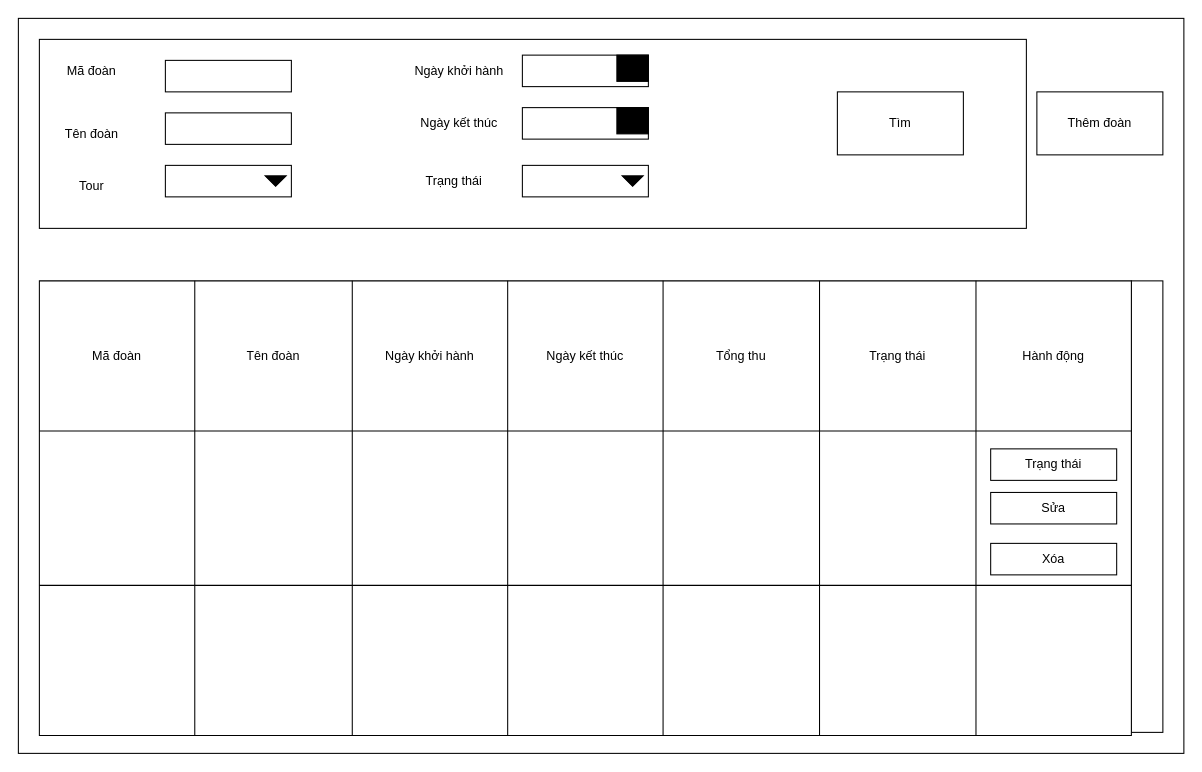
Above: document/TouristGroupFrameProtortype.drawio in baotran0212/tourism-application (draw.io), before the change. Source tidied: cells renumbered, new cells numbered last; positions are measured from the earlier drawing's top-left corner, leaving out a move shared by most shapes. Both pictures are drawn from the tidied source at 105%, with x=0, y=0 at pixel (18, 18).
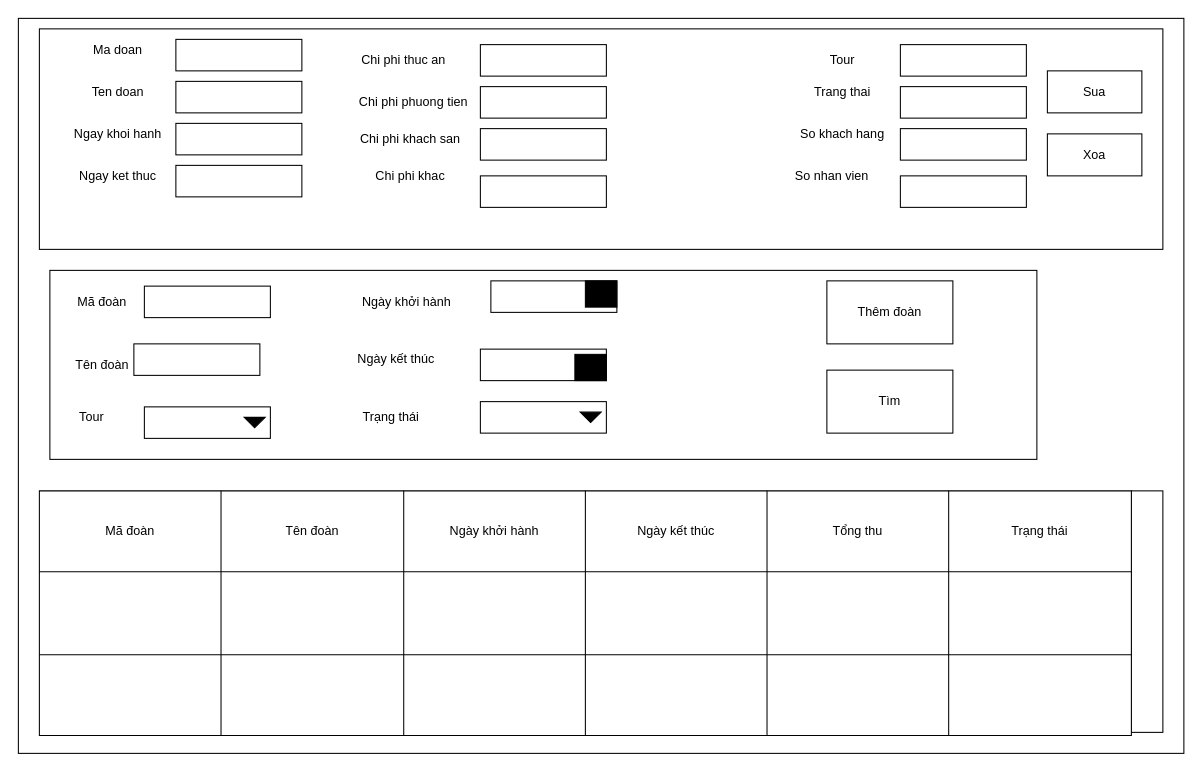
After the change.

The edit, as a diff of the source:
```diff
@@
     <mxCell id="3" style="rounded=0;whiteSpace=wrap;html=1;" parent="1" vertex="1">
-      <mxGeometry x="1060" y="250" width="30" height="430" as="geometry" />
+      <mxGeometry x="1060" y="450" width="30" height="230" as="geometry" />
     </mxCell>
     <mxCell id="4" style="shape=table;html=1;whiteSpace=wrap;startSize=0;childLayout=tableLayout;" parent="1" vertex="1">
-      <mxGeometry x="20" y="250" width="1040" height="433" as="geometry" />
+      <mxGeometry x="20" y="450" width="1040" height="233" as="geometry" />
     </mxCell>
     <mxCell id="5" style="shape=partialRectangle;html=1;whiteSpace=wrap;fillColor=none;top=0;left=0;bottom=0;right=0;" parent="4" vertex="1">
-      <mxGeometry width="1040" height="143" as="geometry" />
+      <mxGeometry width="1040" height="77" as="geometry" />
     </mxCell>
     <mxCell id="6" value="Mã đoàn" style="shape=partialRectangle;html=1;whiteSpace=wrap;fillColor=none;top=0;left=0;bottom=0;right=0;overflow=hidden;" parent="5" vertex="1">
-      <mxGeometry width="148" height="143" as="geometry" />
+      <mxGeometry width="173" height="77" as="geometry" />
     </mxCell>
     <mxCell id="7" value="Tên đoàn" style="shape=partialRectangle;html=1;whiteSpace=wrap;fillColor=none;top=0;left=0;bottom=0;right=0;overflow=hidden;" parent="5" vertex="1">
-      <mxGeometry x="148" width="150" height="143" as="geometry" />
+      <mxGeometry x="173" width="174" height="77" as="geometry" />
     </mxCell>
     <mxCell id="8" value="Ngày khởi hành" style="shape=partialRectangle;html=1;whiteSpace=wrap;fillColor=none;top=0;left=0;bottom=0;right=0;overflow=hidden;" parent="5" vertex="1">
-      <mxGeometry x="298" width="148" height="143" as="geometry" />
+      <mxGeometry x="347" width="173" height="77" as="geometry" />
     </mxCell>
     <mxCell id="9" value="Ngày kết thúc" style="shape=partialRectangle;html=1;whiteSpace=wrap;fillColor=none;top=0;left=0;bottom=0;right=0;overflow=hidden;" parent="5" vertex="1">
-      <mxGeometry x="446" width="148" height="143" as="geometry" />
+      <mxGeometry x="520" width="173" height="77" as="geometry" />
     </mxCell>
     <mxCell id="10" value="Tổng thu" style="shape=partialRectangle;html=1;whiteSpace=wrap;fillColor=none;top=0;left=0;bottom=0;right=0;overflow=hidden;" parent="5" vertex="1">
-      <mxGeometry x="594" width="149" height="143" as="geometry" />
+      <mxGeometry x="693" width="173" height="77" as="geometry" />
     </mxCell>
     <mxCell id="11" value="Trạng thái" style="shape=partialRectangle;html=1;whiteSpace=wrap;fillColor=none;top=0;left=0;bottom=0;right=0;overflow=hidden;" parent="5" vertex="1">
-      <mxGeometry x="743" width="149" height="143" as="geometry" />
+      <mxGeometry x="866" width="174" height="77" as="geometry" />
     </mxCell>
-    <mxCell id="12" value="Hành động" style="shape=partialRectangle;html=1;whiteSpace=wrap;fillColor=none;top=0;left=0;bottom=0;right=0;overflow=hidden;" parent="5" vertex="1">
-      <mxGeometry x="892" width="148" height="143" as="geometry" />
-    </mxCell>
     <mxCell id="13" style="shape=partialRectangle;html=1;whiteSpace=wrap;fillColor=none;top=0;left=0;bottom=0;right=0;" parent="4" vertex="1">
-      <mxGeometry y="143" width="1040" height="147" as="geometry" />
+      <mxGeometry y="77" width="1040" height="79" as="geometry" />
     </mxCell>
     <mxCell id="14" style="shape=partialRectangle;html=1;whiteSpace=wrap;fillColor=none;top=0;left=0;bottom=0;right=0;overflow=hidden;" parent="13" vertex="1">
-      <mxGeometry width="148" height="147" as="geometry" />
+      <mxGeometry width="173" height="79" as="geometry" />
     </mxCell>
     <mxCell id="15" style="shape=partialRectangle;html=1;whiteSpace=wrap;fillColor=none;top=0;left=0;bottom=0;right=0;overflow=hidden;" parent="13" vertex="1">
-      <mxGeometry x="148" width="150" height="147" as="geometry" />
+      <mxGeometry x="173" width="174" height="79" as="geometry" />
     </mxCell>
     <mxCell id="16" style="shape=partialRectangle;html=1;whiteSpace=wrap;fillColor=none;top=0;left=0;bottom=0;right=0;overflow=hidden;" parent="13" vertex="1">
-      <mxGeometry x="298" width="148" height="147" as="geometry" />
+      <mxGeometry x="347" width="173" height="79" as="geometry" />
     </mxCell>
     <mxCell id="17" style="shape=partialRectangle;html=1;whiteSpace=wrap;fillColor=none;top=0;left=0;bottom=0;right=0;overflow=hidden;" parent="13" vertex="1">
-      <mxGeometry x="446" width="148" height="147" as="geometry" />
+      <mxGeometry x="520" width="173" height="79" as="geometry" />
     </mxCell>
     <mxCell id="18" style="shape=partialRectangle;html=1;whiteSpace=wrap;fillColor=none;top=0;left=0;bottom=0;right=0;overflow=hidden;" parent="13" vertex="1">
-      <mxGeometry x="594" width="149" height="147" as="geometry" />
+      <mxGeometry x="693" width="173" height="79" as="geometry" />
     </mxCell>
     <mxCell id="19" style="shape=partialRectangle;html=1;whiteSpace=wrap;fillColor=none;top=0;left=0;bottom=0;right=0;overflow=hidden;" parent="13" vertex="1">
-      <mxGeometry x="743" width="149" height="147" as="geometry" />
+      <mxGeometry x="866" width="174" height="79" as="geometry" />
     </mxCell>
-    <mxCell id="20" style="shape=partialRectangle;html=1;whiteSpace=wrap;fillColor=none;top=0;left=0;bottom=0;right=0;overflow=hidden;" parent="13" vertex="1">
-      <mxGeometry x="892" width="148" height="147" as="geometry" />
-    </mxCell>
     <mxCell id="21" style="shape=partialRectangle;html=1;whiteSpace=wrap;fillColor=none;top=0;left=0;bottom=0;right=0;" parent="4" vertex="1">
-      <mxGeometry y="290" width="1040" height="143" as="geometry" />
+      <mxGeometry y="156" width="1040" height="77" as="geometry" />
     </mxCell>
     <mxCell id="22" style="shape=partialRectangle;html=1;whiteSpace=wrap;fillColor=none;top=0;left=0;bottom=0;right=0;overflow=hidden;" parent="21" vertex="1">
-      <mxGeometry width="148" height="143" as="geometry" />
+      <mxGeometry width="173" height="77" as="geometry" />
     </mxCell>
     <mxCell id="23" style="shape=partialRectangle;html=1;whiteSpace=wrap;fillColor=none;top=0;left=0;bottom=0;right=0;overflow=hidden;" parent="21" vertex="1">
-      <mxGeometry x="148" width="150" height="143" as="geometry" />
+      <mxGeometry x="173" width="174" height="77" as="geometry" />
     </mxCell>
     <mxCell id="24" style="shape=partialRectangle;html=1;whiteSpace=wrap;fillColor=none;top=0;left=0;bottom=0;right=0;overflow=hidden;" parent="21" vertex="1">
-      <mxGeometry x="298" width="148" height="143" as="geometry" />
+      <mxGeometry x="347" width="173" height="77" as="geometry" />
     </mxCell>
     <mxCell id="25" style="shape=partialRectangle;html=1;whiteSpace=wrap;fillColor=none;top=0;left=0;bottom=0;right=0;overflow=hidden;" parent="21" vertex="1">
-      <mxGeometry x="446" width="148" height="143" as="geometry" />
+      <mxGeometry x="520" width="173" height="77" as="geometry" />
     </mxCell>
     <mxCell id="26" style="shape=partialRectangle;html=1;whiteSpace=wrap;fillColor=none;top=0;left=0;bottom=0;right=0;overflow=hidden;" parent="21" vertex="1">
-      <mxGeometry x="594" width="149" height="143" as="geometry" />
+      <mxGeometry x="693" width="173" height="77" as="geometry" />
     </mxCell>
     <mxCell id="27" style="shape=partialRectangle;html=1;whiteSpace=wrap;fillColor=none;top=0;left=0;bottom=0;right=0;overflow=hidden;" parent="21" vertex="1">
-      <mxGeometry x="743" width="149" height="143" as="geometry" />
+      <mxGeometry x="866" width="174" height="77" as="geometry" />
     </mxCell>
-    <mxCell id="28" style="shape=partialRectangle;html=1;whiteSpace=wrap;fillColor=none;top=0;left=0;bottom=0;right=0;overflow=hidden;" parent="21" vertex="1">
-      <mxGeometry x="892" width="148" height="143" as="geometry" />
-    </mxCell>
     <mxCell id="29" style="rounded=0;whiteSpace=wrap;html=1;" parent="1" vertex="1">
-      <mxGeometry x="20" y="20" width="940" height="180" as="geometry" />
+      <mxGeometry x="30" y="240" width="940" height="180" as="geometry" />
     </mxCell>
     <mxCell id="30" value="Thêm đoàn" style="rounded=0;whiteSpace=wrap;html=1;" parent="1" vertex="1">
-      <mxGeometry x="970" y="70" width="120" height="60" as="geometry" />
+      <mxGeometry x="770" y="250" width="120" height="60" as="geometry" />
     </mxCell>
-    <mxCell id="31" value="Mã đoàn" style="text;html=1;strokeColor=none;fillColor=none;align=center;verticalAlign=middle;whiteSpace=wrap;rounded=0;" parent="1" vertex="1">
-      <mxGeometry x="30" y="40" width="80" height="20" as="geometry" />
-    </mxCell>
-    <mxCell id="32" value="Tên đoàn" style="text;html=1;strokeColor=none;fillColor=none;align=center;verticalAlign=middle;whiteSpace=wrap;rounded=0;" parent="1" vertex="1">
-      <mxGeometry x="30" y="100" width="80" height="20" as="geometry" />
-    </mxCell>
     <mxCell id="33" value="Tour" style="text;html=1;strokeColor=none;fillColor=none;align=center;verticalAlign=middle;whiteSpace=wrap;rounded=0;" parent="1" vertex="1">
-      <mxGeometry x="50" y="150" width="40" height="20" as="geometry" />
+      <mxGeometry x="50" y="370" width="40" height="20" as="geometry" />
     </mxCell>
     <mxCell id="34" value="Ngày khởi hành" style="text;html=1;strokeColor=none;fillColor=none;align=center;verticalAlign=middle;whiteSpace=wrap;rounded=0;" parent="1" vertex="1">
-      <mxGeometry x="360" y="40" width="120" height="20" as="geometry" />
+      <mxGeometry x="310" y="260" width="120" height="20" as="geometry" />
     </mxCell>
     <mxCell id="35" value="Ngày kết thúc" style="text;html=1;strokeColor=none;fillColor=none;align=center;verticalAlign=middle;whiteSpace=wrap;rounded=0;" parent="1" vertex="1">
-      <mxGeometry x="360" y="90" width="120" height="20" as="geometry" />
+      <mxGeometry x="300" y="315" width="120" height="20" as="geometry" />
     </mxCell>
     <mxCell id="36" value="Tìm" style="rounded=0;whiteSpace=wrap;html=1;" parent="1" vertex="1">
-      <mxGeometry x="780" y="70" width="120" height="60" as="geometry" />
+      <mxGeometry x="770" y="335" width="120" height="60" as="geometry" />
     </mxCell>
     <mxCell id="37" style="rounded=0;whiteSpace=wrap;html=1;" parent="1" vertex="1">
-      <mxGeometry x="140" y="40" width="120" height="30" as="geometry" />
+      <mxGeometry x="120" y="255" width="120" height="30" as="geometry" />
     </mxCell>
     <mxCell id="38" style="rounded=0;whiteSpace=wrap;html=1;" parent="1" vertex="1">
-      <mxGeometry x="140" y="90" width="120" height="30" as="geometry" />
+      <mxGeometry x="110" y="310" width="120" height="30" as="geometry" />
     </mxCell>
     <mxCell id="39" style="rounded=0;whiteSpace=wrap;html=1;" parent="1" vertex="1">
-      <mxGeometry x="140" y="140" width="120" height="30" as="geometry" />
+      <mxGeometry x="120" y="370" width="120" height="30" as="geometry" />
     </mxCell>
     <mxCell id="40" style="rounded=0;whiteSpace=wrap;html=1;" parent="1" vertex="1">
-      <mxGeometry x="480" y="35" width="120" height="30" as="geometry" />
+      <mxGeometry x="450" y="250" width="120" height="30" as="geometry" />
     </mxCell>
     <mxCell id="41" style="rounded=0;whiteSpace=wrap;html=1;" parent="1" vertex="1">
-      <mxGeometry x="480" y="85" width="120" height="30" as="geometry" />
+      <mxGeometry x="440" y="315" width="120" height="30" as="geometry" />
     </mxCell>
     <mxCell id="42" value="Trạng thái" style="text;html=1;strokeColor=none;fillColor=none;align=center;verticalAlign=middle;whiteSpace=wrap;rounded=0;" parent="1" vertex="1">
-      <mxGeometry x="380" y="145" width="70" height="20" as="geometry" />
+      <mxGeometry x="320" y="370" width="70" height="20" as="geometry" />
     </mxCell>
     <mxCell id="43" style="rounded=0;whiteSpace=wrap;html=1;" parent="1" vertex="1">
-      <mxGeometry x="480" y="140" width="120" height="30" as="geometry" />
+      <mxGeometry x="440" y="365" width="120" height="30" as="geometry" />
     </mxCell>
     <mxCell id="44" style="triangle;whiteSpace=wrap;html=1;rotation=90;fillColor=#000000;" parent="1" vertex="1">
-      <mxGeometry x="580" y="145" width="10" height="20" as="geometry" />
+      <mxGeometry x="540" y="370" width="10" height="20" as="geometry" />
     </mxCell>
     <mxCell id="45" style="triangle;whiteSpace=wrap;html=1;rotation=90;fillColor=#000000;" parent="1" vertex="1">
-      <mxGeometry x="240" y="145" width="10" height="20" as="geometry" />
+      <mxGeometry x="220" y="375" width="10" height="20" as="geometry" />
     </mxCell>
     <mxCell id="46" style="rounded=0;whiteSpace=wrap;html=1;fillColor=#000000;" parent="1" vertex="1">
-      <mxGeometry x="570" y="35" width="30" height="25" as="geometry" />
+      <mxGeometry x="540" y="250" width="30" height="25" as="geometry" />
     </mxCell>
     <mxCell id="47" style="rounded=0;whiteSpace=wrap;html=1;fillColor=#000000;" parent="1" vertex="1">
-      <mxGeometry x="570" y="85" width="30" height="25" as="geometry" />
+      <mxGeometry x="530" y="320" width="30" height="25" as="geometry" />
     </mxCell>
-    <mxCell id="48" value="Trạng thái" style="rounded=0;whiteSpace=wrap;html=1;fillColor=#FFFFFF;" parent="1" vertex="1">
-      <mxGeometry x="926" y="410" width="120" height="30" as="geometry" />
-    </mxCell>
-    <mxCell id="49" value="Sửa" style="rounded=0;whiteSpace=wrap;html=1;fillColor=#FFFFFF;" parent="1" vertex="1">
-      <mxGeometry x="926" y="451.5" width="120" height="30" as="geometry" />
-    </mxCell>
-    <mxCell id="50" value="Xóa" style="rounded=0;whiteSpace=wrap;html=1;fillColor=#FFFFFF;" parent="1" vertex="1">
-      <mxGeometry x="926" y="500" width="120" height="30" as="geometry" />
-    </mxCell>
+    <mxCell id="31" value="Mã đoàn" style="text;html=1;strokeColor=none;fillColor=none;align=center;verticalAlign=middle;whiteSpace=wrap;rounded=0;" parent="1" vertex="1">
+      <mxGeometry x="40" y="260" width="80" height="20" as="geometry" />
+    </mxCell>
+    <mxCell id="32" value="Tên đoàn" style="text;html=1;strokeColor=none;fillColor=none;align=center;verticalAlign=middle;whiteSpace=wrap;rounded=0;" parent="1" vertex="1">
+      <mxGeometry x="40" y="320" width="80" height="20" as="geometry" />
+    </mxCell>
+    <mxCell id="51" style="rounded=0;whiteSpace=wrap;html=1;" parent="1" vertex="1">
+      <mxGeometry x="20" y="10" width="1070" height="210" as="geometry" />
+    </mxCell>
+    <mxCell id="52" value="Ma doan" style="text;html=1;strokeColor=none;fillColor=none;align=center;verticalAlign=middle;whiteSpace=wrap;rounded=0;" parent="1" vertex="1">
+      <mxGeometry x="40" y="20" width="110" height="20" as="geometry" />
+    </mxCell>
+    <mxCell id="53" value="Ten doan" style="text;html=1;strokeColor=none;fillColor=none;align=center;verticalAlign=middle;whiteSpace=wrap;rounded=0;" parent="1" vertex="1">
+      <mxGeometry x="40" y="60" width="110" height="20" as="geometry" />
+    </mxCell>
+    <mxCell id="54" value="Ngay khoi hanh" style="text;html=1;strokeColor=none;fillColor=none;align=center;verticalAlign=middle;whiteSpace=wrap;rounded=0;" parent="1" vertex="1">
+      <mxGeometry x="40" y="100" width="110" height="20" as="geometry" />
+    </mxCell>
+    <mxCell id="55" value="Ngay ket thuc" style="text;html=1;strokeColor=none;fillColor=none;align=center;verticalAlign=middle;whiteSpace=wrap;rounded=0;" parent="1" vertex="1">
+      <mxGeometry x="40" y="140" width="110" height="20" as="geometry" />
+    </mxCell>
+    <mxCell id="56" value="Chi phi thuc an" style="text;html=1;strokeColor=none;fillColor=none;align=center;verticalAlign=middle;whiteSpace=wrap;rounded=0;" parent="1" vertex="1">
+      <mxGeometry x="320" y="30" width="94" height="20" as="geometry" />
+    </mxCell>
+    <mxCell id="57" value="Chi phi phuong tien" style="text;html=1;strokeColor=none;fillColor=none;align=center;verticalAlign=middle;whiteSpace=wrap;rounded=0;" parent="1" vertex="1">
+      <mxGeometry x="313" y="70" width="127" height="20" as="geometry" />
+    </mxCell>
+    <mxCell id="58" value="Chi phi khach san" style="text;html=1;strokeColor=none;fillColor=none;align=center;verticalAlign=middle;whiteSpace=wrap;rounded=0;" parent="1" vertex="1">
+      <mxGeometry x="310" y="105" width="127" height="20" as="geometry" />
+    </mxCell>
+    <mxCell id="59" value="Chi phi khac" style="text;html=1;strokeColor=none;fillColor=none;align=center;verticalAlign=middle;whiteSpace=wrap;rounded=0;" parent="1" vertex="1">
+      <mxGeometry x="310" y="140" width="127" height="20" as="geometry" />
+    </mxCell>
+    <mxCell id="60" value="Tour" style="text;html=1;strokeColor=none;fillColor=none;align=center;verticalAlign=middle;whiteSpace=wrap;rounded=0;" parent="1" vertex="1">
+      <mxGeometry x="690" y="30" width="190" height="20" as="geometry" />
+    </mxCell>
+    <mxCell id="61" value="Trang thai" style="text;html=1;strokeColor=none;fillColor=none;align=center;verticalAlign=middle;whiteSpace=wrap;rounded=0;" parent="1" vertex="1">
+      <mxGeometry x="690" y="60" width="190" height="20" as="geometry" />
+    </mxCell>
+    <mxCell id="62" value="So khach hang" style="text;html=1;strokeColor=none;fillColor=none;align=center;verticalAlign=middle;whiteSpace=wrap;rounded=0;" parent="1" vertex="1">
+      <mxGeometry x="690" y="100" width="190" height="20" as="geometry" />
+    </mxCell>
+    <mxCell id="63" value="So nhan vien" style="text;html=1;strokeColor=none;fillColor=none;align=center;verticalAlign=middle;whiteSpace=wrap;rounded=0;" parent="1" vertex="1">
+      <mxGeometry x="680" y="140" width="190" height="20" as="geometry" />
+    </mxCell>
+    <mxCell id="64" style="rounded=0;whiteSpace=wrap;html=1;" parent="1" vertex="1">
+      <mxGeometry x="150" y="20" width="120" height="30" as="geometry" />
+    </mxCell>
+    <mxCell id="65" style="rounded=0;whiteSpace=wrap;html=1;" parent="1" vertex="1">
+      <mxGeometry x="150" y="60" width="120" height="30" as="geometry" />
+    </mxCell>
+    <mxCell id="66" style="rounded=0;whiteSpace=wrap;html=1;" parent="1" vertex="1">
+      <mxGeometry x="150" y="100" width="120" height="30" as="geometry" />
+    </mxCell>
+    <mxCell id="67" style="rounded=0;whiteSpace=wrap;html=1;" parent="1" vertex="1">
+      <mxGeometry x="150" y="140" width="120" height="30" as="geometry" />
+    </mxCell>
+    <mxCell id="68" style="rounded=0;whiteSpace=wrap;html=1;" parent="1" vertex="1">
+      <mxGeometry x="440" y="25" width="120" height="30" as="geometry" />
+    </mxCell>
+    <mxCell id="69" style="rounded=0;whiteSpace=wrap;html=1;" parent="1" vertex="1">
+      <mxGeometry x="440" y="65" width="120" height="30" as="geometry" />
+    </mxCell>
+    <mxCell id="70" style="rounded=0;whiteSpace=wrap;html=1;" parent="1" vertex="1">
+      <mxGeometry x="440" y="105" width="120" height="30" as="geometry" />
+    </mxCell>
+    <mxCell id="71" style="rounded=0;whiteSpace=wrap;html=1;" parent="1" vertex="1">
+      <mxGeometry x="440" y="150" width="120" height="30" as="geometry" />
+    </mxCell>
+    <mxCell id="72" style="rounded=0;whiteSpace=wrap;html=1;" parent="1" vertex="1">
+      <mxGeometry x="840" y="25" width="120" height="30" as="geometry" />
+    </mxCell>
+    <mxCell id="73" style="rounded=0;whiteSpace=wrap;html=1;" parent="1" vertex="1">
+      <mxGeometry x="840" y="65" width="120" height="30" as="geometry" />
+    </mxCell>
+    <mxCell id="74" style="rounded=0;whiteSpace=wrap;html=1;" parent="1" vertex="1">
+      <mxGeometry x="840" y="105" width="120" height="30" as="geometry" />
+    </mxCell>
+    <mxCell id="75" style="rounded=0;whiteSpace=wrap;html=1;" parent="1" vertex="1">
+      <mxGeometry x="840" y="150" width="120" height="30" as="geometry" />
+    </mxCell>
+    <mxCell id="76" value="Sua" style="rounded=0;whiteSpace=wrap;html=1;" parent="1" vertex="1">
+      <mxGeometry x="980" y="50" width="90" height="40" as="geometry" />
+    </mxCell>
+    <mxCell id="77" value="Xoa" style="rounded=0;whiteSpace=wrap;html=1;" parent="1" vertex="1">
+      <mxGeometry x="980" y="110" width="90" height="40" as="geometry" />
+    </mxCell>
```
